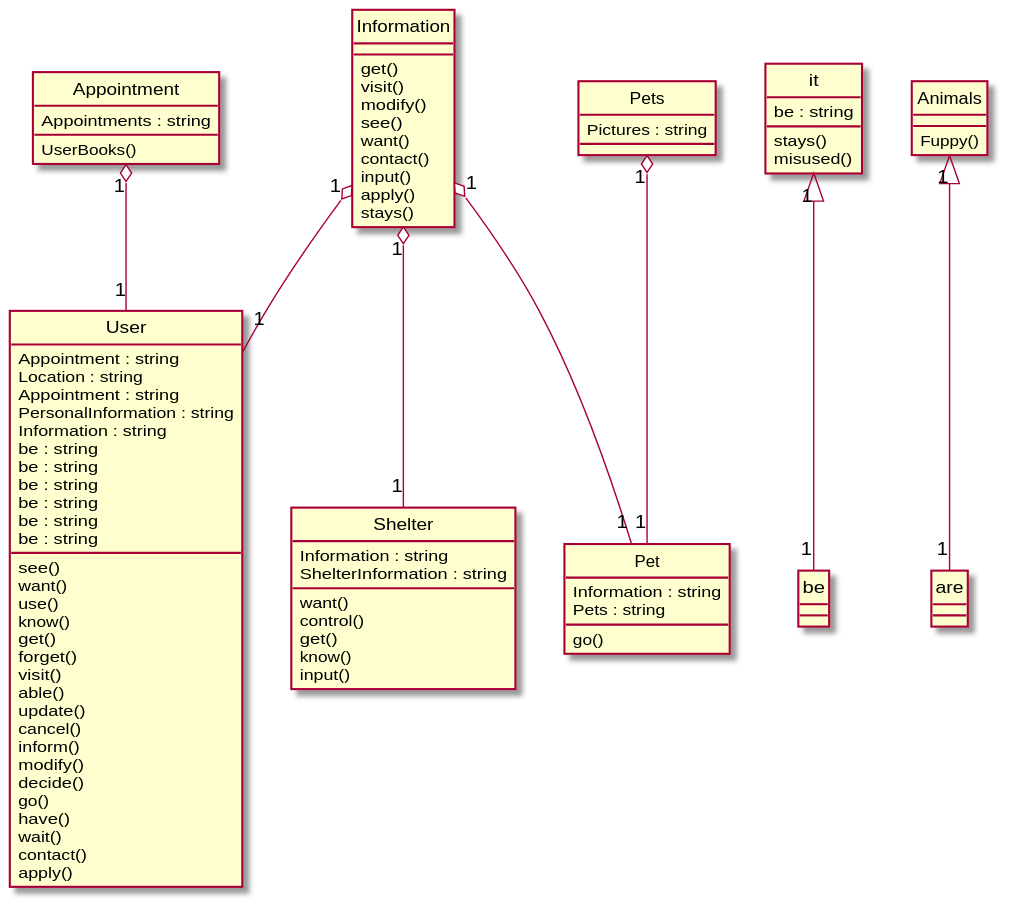
Above: Diagrams/2016-USC-Project07.svg in xixixhalu/DomainModelExtractor (PlantUML), before the change.
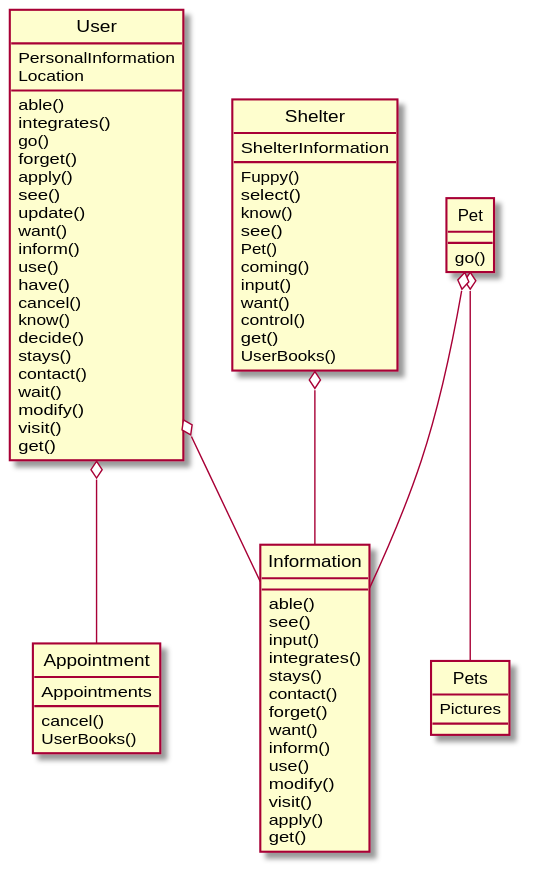
The same diagram one commit later.

Diff of the diagram source:
```diff
@@ -1,81 +1,73 @@
 @startuml
 hide circle
 class User {
-	Appointment : string
-	Location : string
-	Appointment : string
-	PersonalInformation : string
-	Information : string
-	be : string
-	be : string
-	be : string
-	be : string
-	be : string
-	be : string
+	PersonalInformation
+	Location
+	able()
+	integrates()
+	go()
+	forget()
+	apply()
 	see()
+	update()
 	want()
+	inform()
 	use()
+	have()
+	cancel()
 	know()
+	decide()
+	stays()
+	contact()
+	wait()
+	modify()
+	visit()
 	get()
-	forget()
-	visit()
-	able()
-	update()
-	cancel()
-	inform()
-	modify()
-	decide()
-	go()
-	have()
-	wait()
-	contact()
-	apply()
 }
 class Pet {
-	Information : string
-	Pets : string
 	go()
 }
 class Pets {
-	Pictures : string
+	Pictures
 }
 class Shelter {
-	Information : string
-	ShelterInformation : string
+	ShelterInformation
+	Fuppy()
+	select()
+	know()
+	see()
+	Pet()
+	coming()
+	input()
 	want()
 	control()
 	get()
-	know()
-	input()
+	UserBooks()
 }
 class Appointment {
-	Appointments : string
+	Appointments
+	cancel()
 	UserBooks()
 }
-class it {
-	be : string
+class Information {
+	able()
+	see()
+	input()
+	integrates()
 	stays()
-	misused()
+	contact()
+	forget()
+	want()
+	inform()
+	use()
+	modify()
+	visit()
+	apply()
+	get()
 }
-class Animals {
-	Fuppy()
-}
-class Information {
-	get()
-	visit()
-	modify()
-	see()
-	want()
-	contact()
-	input()
-	apply()
-	stays()
-}
-Information "1" o-- "1" Shelter
-Information "1" o-- "1" Pet
-it "1" <|-- "1" be
-Appointment "1" o-- "1" User
-Animals "1" <|-- "1" are
-Information "1" o-- "1" User
-Pets "1" o-- "1" Pet
+User o-- Information
+Pet o-- Pets
+Pet o-- Information
+Shelter o-- Information
+User o-- Appointment
 @enduml
```
